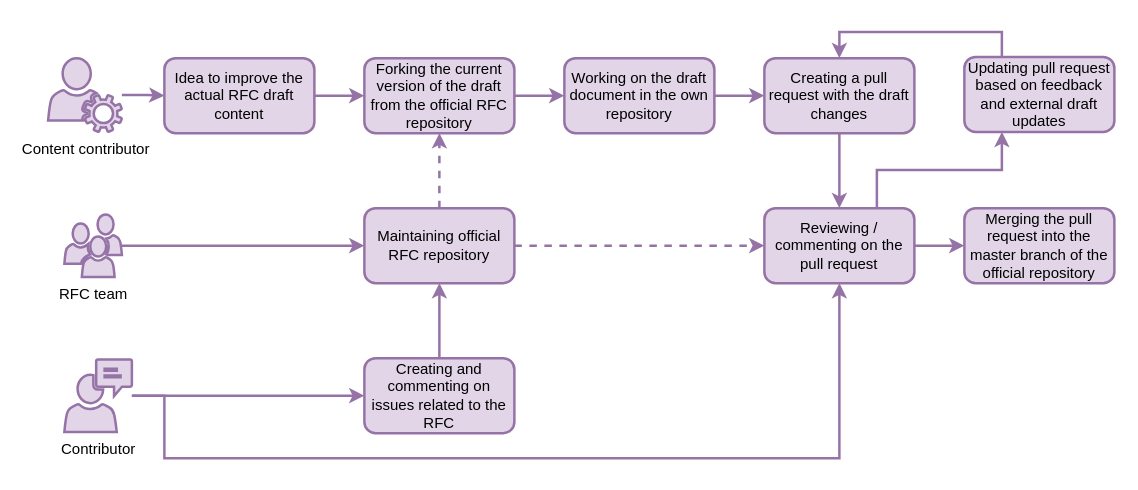
time-machine-project/requests-for-comments keeps this draw.io diagram as files/drafts/RFC-0003/images/phase_2.drawio. Above is the earlier version. Source tidied: cells renumbered, new cells numbered last; positions are measured from the earlier drawing's top-left corner, leaving out a move shared by most shapes. Both pictures are drawn from the tidied source at 125%, with x=0, y=0 at pixel (48, 56).
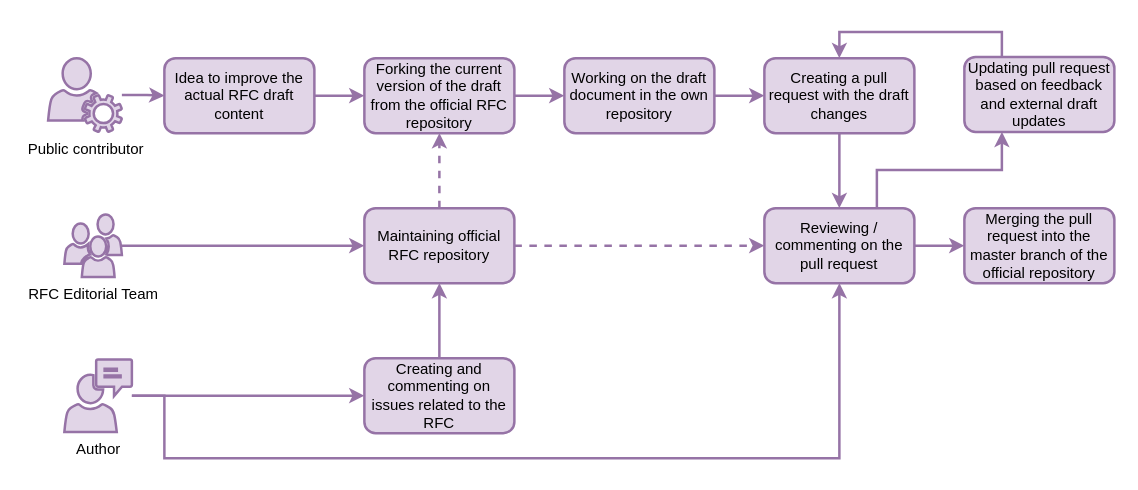
Above is the later version.

Change to the diagram source:
```diff
@@
-    <mxCell id="3" value="Content contributor" style="shadow=0;dashed=0;html=1;strokeColor=#9673a6;fillColor=#e1d5e7;labelPosition=center;verticalLabelPosition=bottom;verticalAlign=top;outlineConnect=0;align=center;shape=mxgraph.office.users.user_services;strokeWidth=2;" parent="1" vertex="1">
+    <mxCell id="3" value="Public contributor" style="shadow=0;dashed=0;html=1;strokeColor=#9673a6;fillColor=#e1d5e7;labelPosition=center;verticalLabelPosition=bottom;verticalAlign=top;outlineConnect=0;align=center;shape=mxgraph.office.users.user_services;strokeWidth=2;" parent="1" vertex="1">
       <mxGeometry y="1" width="59" height="59" as="geometry" />
     </mxCell>
@@
-    <mxCell id="12" value="RFC team" style="shadow=0;dashed=0;html=1;strokeColor=#9673a6;fillColor=#e1d5e7;labelPosition=center;verticalLabelPosition=bottom;verticalAlign=top;outlineConnect=0;align=center;shape=mxgraph.office.users.users;strokeWidth=2;" parent="1" vertex="1">
+    <mxCell id="12" value="RFC Editorial Team" style="shadow=0;dashed=0;html=1;strokeColor=#9673a6;fillColor=#e1d5e7;labelPosition=center;verticalLabelPosition=bottom;verticalAlign=top;outlineConnect=0;align=center;shape=mxgraph.office.users.users;strokeWidth=2;" parent="1" vertex="1">
       <mxGeometry x="13" y="126" width="46" height="50" as="geometry" />
     </mxCell>
@@
-    <mxCell id="25" value="Contributor" style="shadow=0;dashed=0;html=1;strokeColor=#9673a6;fillColor=#e1d5e7;labelPosition=center;verticalLabelPosition=bottom;verticalAlign=top;outlineConnect=0;align=center;shape=mxgraph.office.users.communications;strokeWidth=2;" parent="1" vertex="1">
+    <mxCell id="25" value="Author" style="shadow=0;dashed=0;html=1;strokeColor=#9673a6;fillColor=#e1d5e7;labelPosition=center;verticalLabelPosition=bottom;verticalAlign=top;outlineConnect=0;align=center;shape=mxgraph.office.users.communications;strokeWidth=2;" parent="1" vertex="1">
       <mxGeometry x="13" y="242" width="54" height="58" as="geometry" />
     </mxCell>
```
